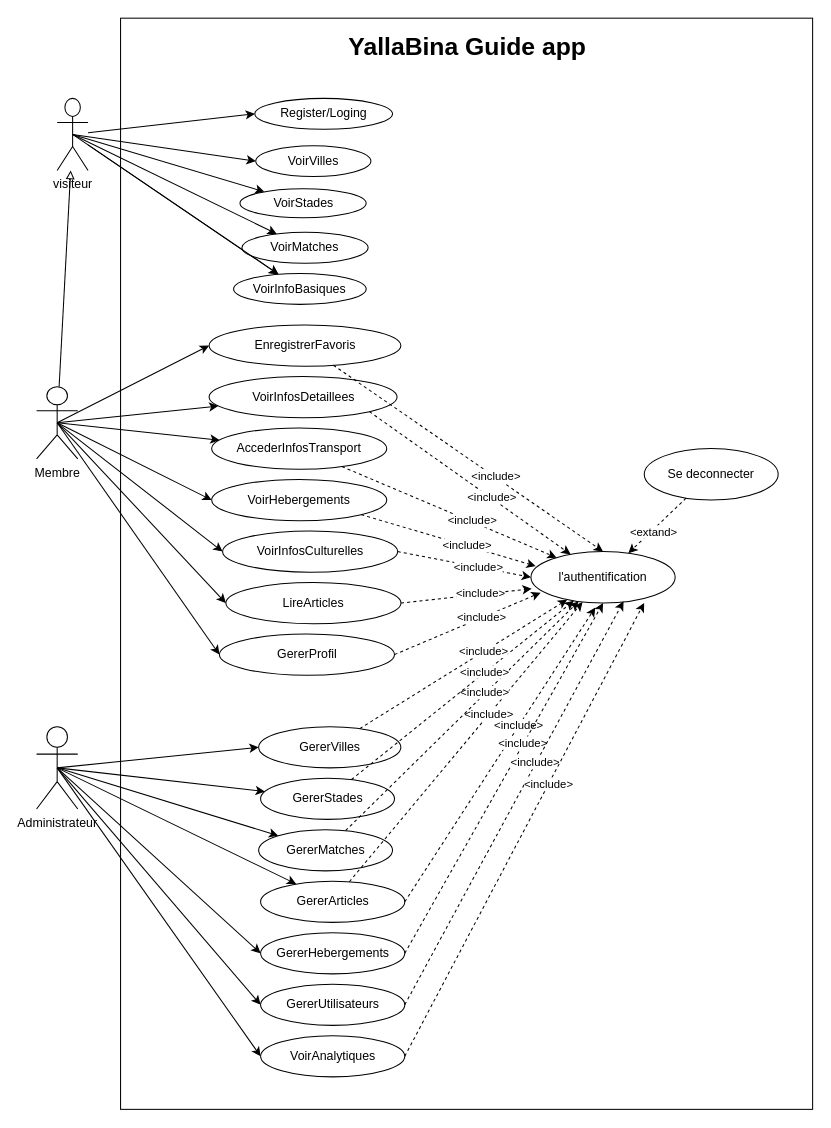
The draw.io diagram docs/UML/useCase.drawio in Drissnafii/YallaVamos-Artisana, before the edit. Source tidied: cells renumbered, new cells numbered last; positions are measured from the earlier drawing's top-left corner, leaving out a move shared by most shapes. Both pictures are drawn from the tidied source at 103%, with x=0, y=0 at pixel (-79, 26).
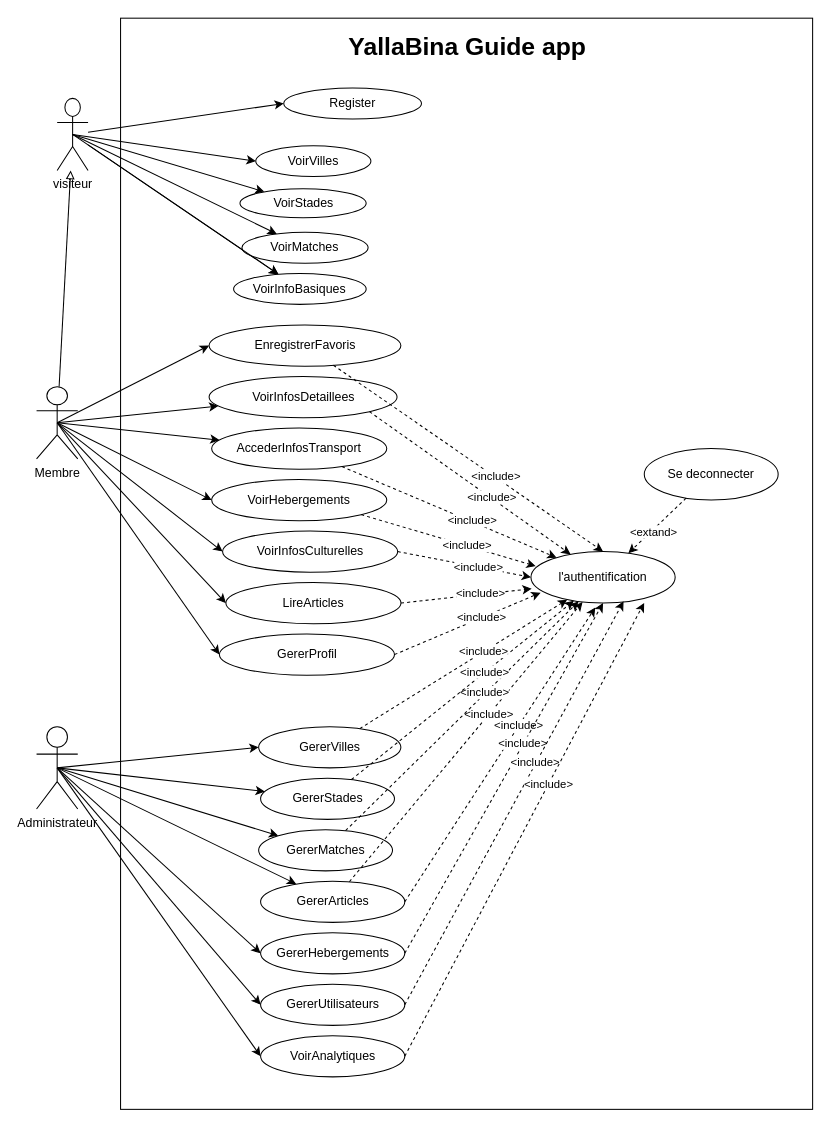
The same diagram, later.

Commit message (it also covers changes not shown here):
fix(UML diagrams): update dimensions and labels in class and use case diagrams for consistency

Diff of the diagram source:
```diff
@@
-    <mxCell id="79" value="Register/Loging" style="ellipse;whiteSpace=wrap;html=1;" parent="1" vertex="1">
-      <mxGeometry x="323.9" y="70" width="133.7" height="30" as="geometry" />
+    <mxCell id="79" value="Register" style="ellipse;whiteSpace=wrap;html=1;" parent="1" vertex="1">
+      <mxGeometry x="352" y="60" width="133.7" height="30" as="geometry" />
     </mxCell>
```
